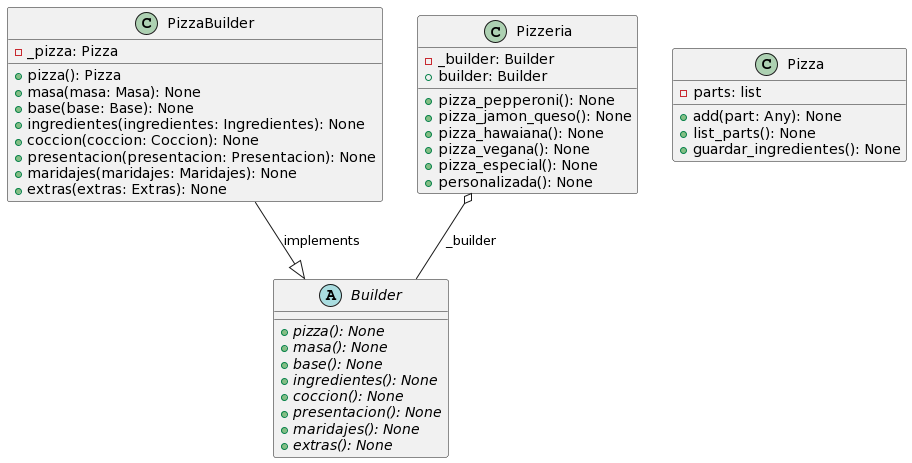
This is Builder/UMLs/BuilderUML.png from pelahumi/ExamenPatronesCreacionales, a PlantUML export, as it was before one commit.
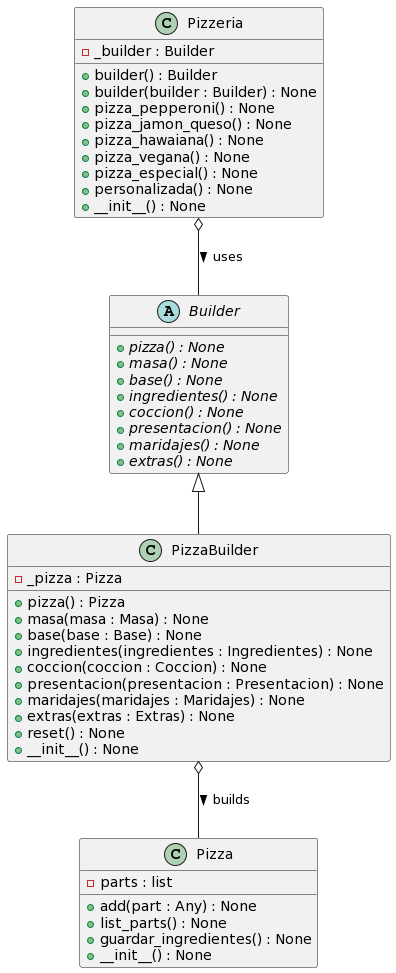
After the change.

Diff of the diagram source:
```diff
@@ -1,45 +1,51 @@
 @startuml
 abstract class Builder {
-  {abstract} +pizza(): None
-  {abstract} +masa(): None
-  {abstract} +base(): None
-  {abstract} +ingredientes(): None
-  {abstract} +coccion(): None
-  {abstract} +presentacion(): None
-  {abstract} +maridajes(): None
-  {abstract} +extras(): None
+    {abstract} +pizza() : None
+    {abstract} +masa() : None
+    {abstract} +base() : None
+    {abstract} +ingredientes() : None
+    {abstract} +coccion() : None
+    {abstract} +presentacion() : None
+    {abstract} +maridajes() : None
+    {abstract} +extras() : None
 }
 
 class PizzaBuilder {
-  -_pizza: Pizza
-  +pizza(): Pizza
-  +masa(masa: Masa): None
-  +base(base: Base): None
-  +ingredientes(ingredientes: Ingredientes): None
-  +coccion(coccion: Coccion): None
-  +presentacion(presentacion: Presentacion): None
-  +maridajes(maridajes: Maridajes): None
-  +extras(extras: Extras): None
+    -_pizza : Pizza
+    +pizza() : Pizza
+    +masa(masa : Masa) : None
+    +base(base : Base) : None
+    +ingredientes(ingredientes : Ingredientes) : None
+    +coccion(coccion : Coccion) : None
+    +presentacion(presentacion : Presentacion) : None
+    +maridajes(maridajes : Maridajes) : None
+    +extras(extras : Extras) : None
+    +reset() : None
+    +__init__() : None
 }
 
 class Pizza {
-  -parts: list
-  +add(part: Any): None
-  +list_parts(): None
-  +guardar_ingredientes(): None
+    -parts : list
+    +add(part : Any) : None
+    +list_parts() : None
+    +guardar_ingredientes() : None
+    +__init__() : None
 }
 
 class Pizzeria {
-  -_builder: Builder
-  +builder: Builder
-  +pizza_pepperoni(): None
-  +pizza_jamon_queso(): None
-  +pizza_hawaiana(): None
-  +pizza_vegana(): None
-  +pizza_especial(): None
-  +personalizada(): None
+    -_builder : Builder
+    +builder() : Builder
+    +builder(builder : Builder) : None
+    +pizza_pepperoni() : None
+    +pizza_jamon_queso() : None
+    +pizza_hawaiana() : None
+    +pizza_vegana() : None
+    +pizza_especial() : None
+    +personalizada() : None
+    +__init__() : None
 }
 
-PizzaBuilder --|> Builder : implements
-Pizzeria o-- Builder : _builder
+Builder <|-- PizzaBuilder
+PizzaBuilder o-- Pizza : builds >
+Pizzeria o-- Builder : uses >
 @enduml
```
